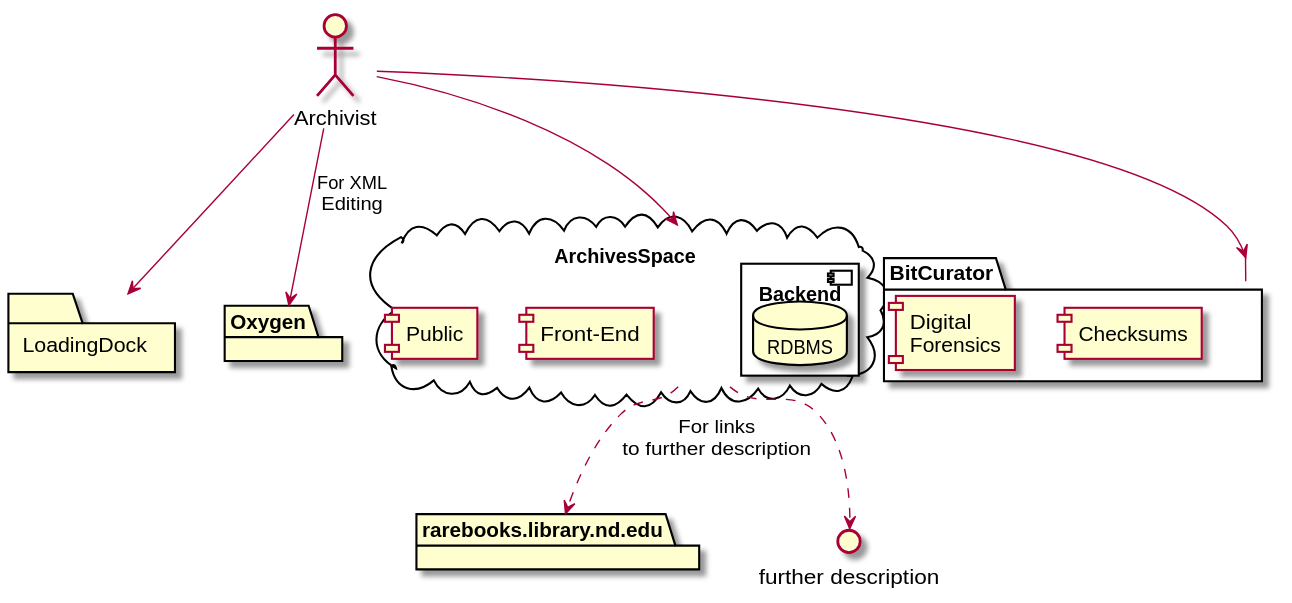
Above: plantuml/archivesspace.svg in ndlib/dam-ecosystem-mapping (PlantUML), before the change.
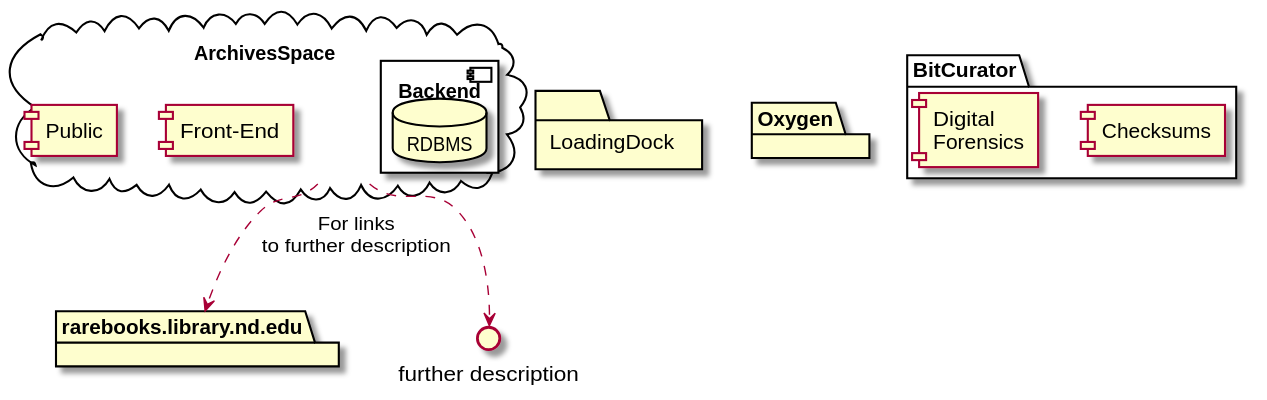
Later version of the same file.

What changed in the source:
```diff
@@ -13,17 +13,12 @@
 
 interface "further description" as FurtherDescription
 
-actor "Archivist"
 folder "LoadingDock"
 package "Oxygen"
 package "BitCurator" {
   component "Checksums"
   component "Digital\nForensics"
 }
-Archivist --> ArchivesSpace
-Archivist --> LoadingDock
-Archivist --> Oxygen : "For XML\nEditing"
-Archivist --> BitCurator
 
 ArchivesSpace ..> rarebooks.library.nd.edu : "For links\nto further description"
 ArchivesSpace ..> FurtherDescription
```
